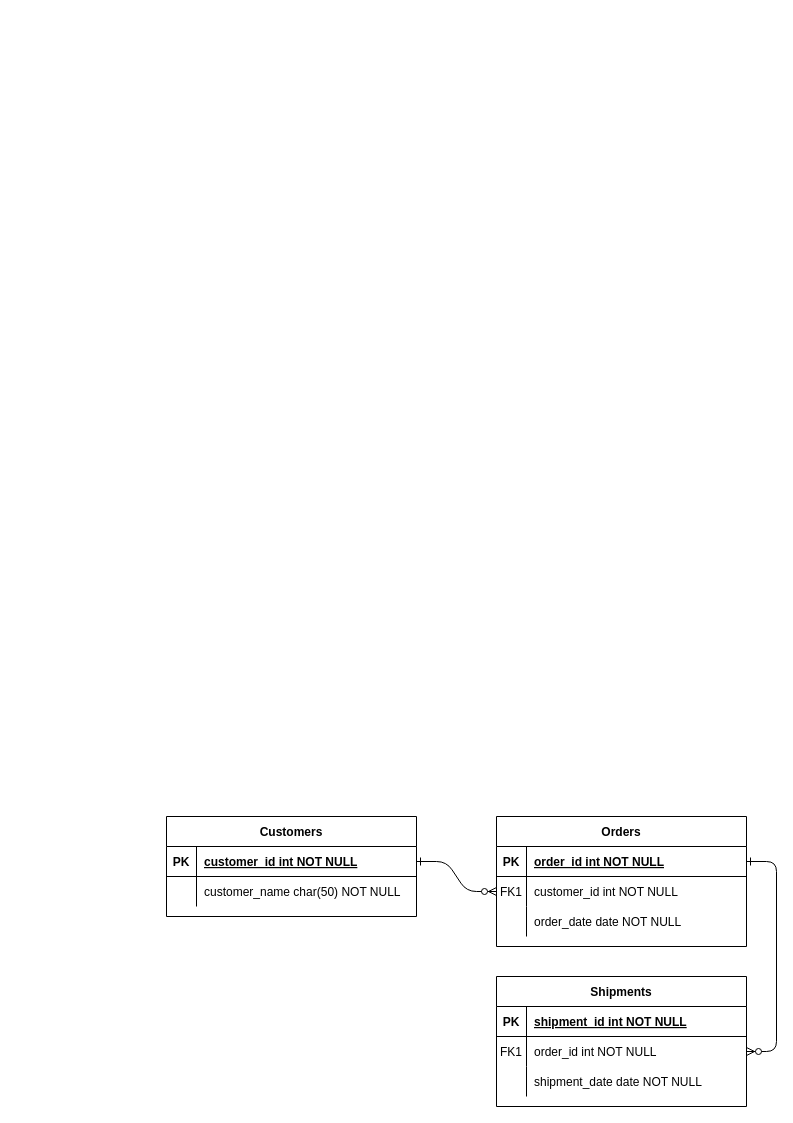
Above: Untitled Diagram.drawio in Royet07/Ajax-CRUD-Snippet (draw.io), before the change. Source tidied: cells renumbered, new cells numbered last; positions are measured from the earlier drawing's top-left corner, leaving out a move shared by most shapes. Both pictures are drawn from the tidied source at 100%, with x=0, y=0 at pixel (166, 816).
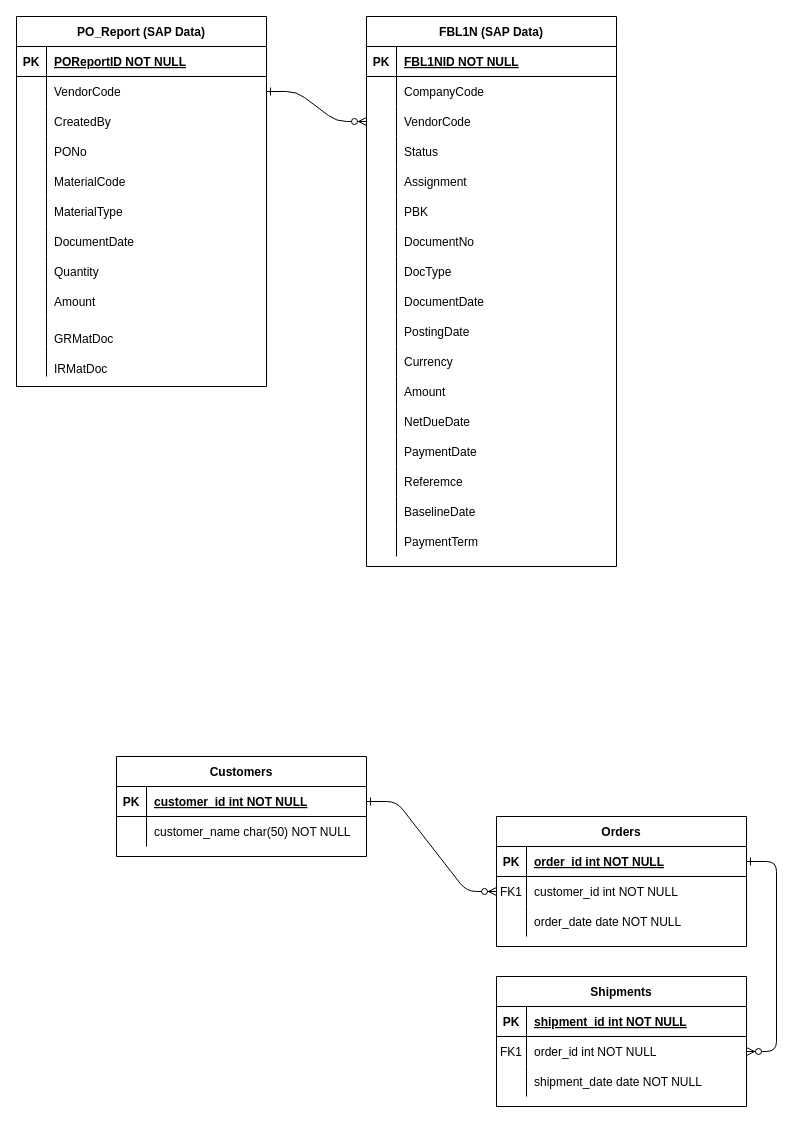
The same diagram, later.

What changed in the source:
```diff
@@
     <mxCell id="24" value="Customers" style="shape=table;startSize=30;childLayout=tableLayout;rowLines=0;fontStyle=1;align=center;" parent="1" vertex="1">
-      <mxGeometry width="250" height="100" as="geometry" />
+      <mxGeometry x="-50" y="-60" width="250" height="100" as="geometry" />
     </mxCell>
@@
+    <mxCell id="31" value="PO_Report (SAP Data)" style="shape=table;startSize=30;childLayout=tableLayout;rowLines=0;fontStyle=1;align=center;" parent="1" vertex="1">
+      <mxGeometry x="-150" y="-800" width="250" height="370" as="geometry" />
+    </mxCell>
+    <mxCell id="32" style="shape=partialRectangle;fillColor=none;top=0;left=0;right=0;bottom=1;" parent="31" vertex="1">
+      <mxGeometry y="30" width="250" height="30" as="geometry" />
+    </mxCell>
+    <mxCell id="33" value="PK" style="shape=partialRectangle;overflow=hidden;fillColor=none;top=0;left=0;bottom=0;right=0;fontStyle=1;" parent="32" vertex="1">
+      <mxGeometry width="30" height="30" as="geometry" />
+    </mxCell>
+    <mxCell id="34" value="POReportID NOT NULL" style="shape=partialRectangle;overflow=hidden;fillColor=none;top=0;left=0;bottom=0;right=0;align=left;spacingLeft=6;fontStyle=5;" parent="32" vertex="1">
+      <mxGeometry x="30" width="220" height="30" as="geometry" />
+    </mxCell>
+    <mxCell id="35" style="shape=partialRectangle;fillColor=none;points=[[0,0.5],[1,0.5]];portConstraint=eastwest;top=0;left=0;right=0;bottom=0;" parent="31" vertex="1">
+      <mxGeometry y="60" width="250" height="30" as="geometry" />
+    </mxCell>
+    <mxCell id="36" style="shape=partialRectangle;overflow=hidden;fillColor=none;top=0;left=0;bottom=0;right=0;" parent="35" vertex="1">
+      <mxGeometry width="30" height="30" as="geometry" />
+    </mxCell>
+    <mxCell id="37" value="VendorCode" style="shape=partialRectangle;overflow=hidden;fillColor=none;top=0;left=0;bottom=0;right=0;align=left;spacingLeft=6;" parent="35" vertex="1">
+      <mxGeometry x="30" width="220" height="30" as="geometry" />
+    </mxCell>
+    <mxCell id="38" style="shape=partialRectangle;fillColor=none;top=0;left=0;right=0;bottom=0;" parent="31" vertex="1">
+      <mxGeometry y="90" width="250" height="30" as="geometry" />
+    </mxCell>
+    <mxCell id="39" style="shape=partialRectangle;overflow=hidden;fillColor=none;top=0;left=0;bottom=0;right=0;" parent="38" vertex="1">
+      <mxGeometry width="30" height="30" as="geometry" />
+    </mxCell>
+    <mxCell id="40" value="CreatedBy" style="shape=partialRectangle;overflow=hidden;fillColor=none;top=0;left=0;bottom=0;right=0;align=left;spacingLeft=6;" parent="38" vertex="1">
+      <mxGeometry x="30" width="220" height="30" as="geometry" />
+    </mxCell>
+    <mxCell id="41" style="shape=partialRectangle;fillColor=none;top=0;left=0;right=0;bottom=0;" parent="31" vertex="1">
+      <mxGeometry y="120" width="250" height="30" as="geometry" />
+    </mxCell>
+    <mxCell id="42" style="shape=partialRectangle;overflow=hidden;fillColor=none;top=0;left=0;bottom=0;right=0;" parent="41" vertex="1">
+      <mxGeometry width="30" height="30" as="geometry" />
+    </mxCell>
+    <mxCell id="43" value="PONo" style="shape=partialRectangle;overflow=hidden;fillColor=none;top=0;left=0;bottom=0;right=0;align=left;spacingLeft=6;" parent="41" vertex="1">
+      <mxGeometry x="30" width="220" height="30" as="geometry" />
+    </mxCell>
+    <mxCell id="44" style="shape=partialRectangle;fillColor=none;top=0;left=0;right=0;bottom=0;" parent="31" vertex="1">
+      <mxGeometry y="150" width="250" height="30" as="geometry" />
+    </mxCell>
+    <mxCell id="45" style="shape=partialRectangle;overflow=hidden;fillColor=none;top=0;left=0;bottom=0;right=0;" parent="44" vertex="1">
+      <mxGeometry width="30" height="30" as="geometry" />
+    </mxCell>
+    <mxCell id="46" value="MaterialCode" style="shape=partialRectangle;overflow=hidden;fillColor=none;top=0;left=0;bottom=0;right=0;align=left;spacingLeft=6;" parent="44" vertex="1">
+      <mxGeometry x="30" width="220" height="30" as="geometry" />
+    </mxCell>
+    <mxCell id="47" style="shape=partialRectangle;fillColor=none;top=0;left=0;right=0;bottom=0;" parent="31" vertex="1">
+      <mxGeometry y="180" width="250" height="30" as="geometry" />
+    </mxCell>
+    <mxCell id="48" style="shape=partialRectangle;overflow=hidden;fillColor=none;top=0;left=0;bottom=0;right=0;" parent="47" vertex="1">
+      <mxGeometry width="30" height="30" as="geometry" />
+    </mxCell>
+    <mxCell id="49" value="MaterialType" style="shape=partialRectangle;overflow=hidden;fillColor=none;top=0;left=0;bottom=0;right=0;align=left;spacingLeft=6;" parent="47" vertex="1">
+      <mxGeometry x="30" width="220" height="30" as="geometry" />
+    </mxCell>
+    <mxCell id="50" style="shape=partialRectangle;fillColor=none;top=0;left=0;right=0;bottom=0;" parent="31" vertex="1">
+      <mxGeometry y="210" width="250" height="30" as="geometry" />
+    </mxCell>
+    <mxCell id="51" style="shape=partialRectangle;overflow=hidden;fillColor=none;top=0;left=0;bottom=0;right=0;" parent="50" vertex="1">
+      <mxGeometry width="30" height="30" as="geometry" />
+    </mxCell>
+    <mxCell id="52" value="DocumentDate" style="shape=partialRectangle;overflow=hidden;fillColor=none;top=0;left=0;bottom=0;right=0;align=left;spacingLeft=6;" parent="50" vertex="1">
+      <mxGeometry x="30" width="220" height="30" as="geometry" />
+    </mxCell>
+    <mxCell id="53" style="shape=partialRectangle;fillColor=none;top=0;left=0;right=0;bottom=0;" parent="31" vertex="1">
+      <mxGeometry y="240" width="250" height="30" as="geometry" />
+    </mxCell>
+    <mxCell id="54" style="shape=partialRectangle;overflow=hidden;fillColor=none;top=0;left=0;bottom=0;right=0;" parent="53" vertex="1">
+      <mxGeometry width="30" height="30" as="geometry" />
+    </mxCell>
+    <mxCell id="55" value="Quantity" style="shape=partialRectangle;overflow=hidden;fillColor=none;top=0;left=0;bottom=0;right=0;align=left;spacingLeft=6;" parent="53" vertex="1">
+      <mxGeometry x="30" width="220" height="30" as="geometry" />
+    </mxCell>
+    <mxCell id="56" style="shape=partialRectangle;fillColor=none;top=0;left=0;right=0;bottom=0;" parent="31" vertex="1">
+      <mxGeometry y="270" width="250" height="30" as="geometry" />
+    </mxCell>
+    <mxCell id="57" style="shape=partialRectangle;overflow=hidden;fillColor=none;top=0;left=0;bottom=0;right=0;" parent="56" vertex="1">
+      <mxGeometry width="30" height="30" as="geometry" />
+    </mxCell>
+    <mxCell id="58" value="Amount" style="shape=partialRectangle;overflow=hidden;fillColor=none;top=0;left=0;bottom=0;right=0;align=left;spacingLeft=6;" parent="56" vertex="1">
+      <mxGeometry x="30" width="220" height="30" as="geometry" />
+    </mxCell>
+    <mxCell id="59" style="shape=partialRectangle;fillColor=none;top=0;left=0;right=0;bottom=0;" parent="31" vertex="1">
+      <mxGeometry y="300" width="250" height="30" as="geometry" />
+    </mxCell>
+    <mxCell id="60" style="shape=partialRectangle;overflow=hidden;fillColor=none;top=0;left=0;bottom=0;right=0;" parent="59" vertex="1">
+      <mxGeometry width="30" height="30" as="geometry" />
+    </mxCell>
+    <mxCell id="61" value="&#10;GRMatDoc &#10;" style="shape=partialRectangle;overflow=hidden;fillColor=none;top=0;left=0;bottom=0;right=0;align=left;spacingLeft=6;" parent="59" vertex="1">
+      <mxGeometry x="30" width="220" height="30" as="geometry" />
+    </mxCell>
+    <mxCell id="62" style="shape=partialRectangle;fillColor=none;top=0;left=0;right=0;bottom=0;" parent="31" vertex="1">
+      <mxGeometry y="330" width="250" height="30" as="geometry" />
+    </mxCell>
+    <mxCell id="63" style="shape=partialRectangle;overflow=hidden;fillColor=none;top=0;left=0;bottom=0;right=0;" parent="62" vertex="1">
+      <mxGeometry width="30" height="30" as="geometry" />
+    </mxCell>
+    <mxCell id="64" value="&#10;IRMatDoc" style="shape=partialRectangle;overflow=hidden;fillColor=none;top=0;left=0;bottom=0;right=0;align=left;spacingLeft=6;" parent="62" vertex="1">
+      <mxGeometry x="30" width="220" height="30" as="geometry" />
+    </mxCell>
+    <mxCell id="65" value="FBL1N (SAP Data)" style="shape=table;startSize=30;childLayout=tableLayout;rowLines=0;fontStyle=1;align=center;" parent="1" vertex="1">
+      <mxGeometry x="200" y="-800" width="250" height="550" as="geometry" />
+    </mxCell>
+    <mxCell id="66" style="shape=partialRectangle;fillColor=none;top=0;left=0;right=0;bottom=1;" parent="65" vertex="1">
+      <mxGeometry y="30" width="250" height="30" as="geometry" />
+    </mxCell>
+    <mxCell id="67" value="PK" style="shape=partialRectangle;overflow=hidden;fillColor=none;top=0;left=0;bottom=0;right=0;fontStyle=1;" parent="66" vertex="1">
+      <mxGeometry width="30" height="30" as="geometry" />
+    </mxCell>
+    <mxCell id="68" value="FBL1NID NOT NULL" style="shape=partialRectangle;overflow=hidden;fillColor=none;top=0;left=0;bottom=0;right=0;align=left;spacingLeft=6;fontStyle=5;" parent="66" vertex="1">
+      <mxGeometry x="30" width="220" height="30" as="geometry" />
+    </mxCell>
+    <mxCell id="69" style="shape=partialRectangle;fillColor=none;top=0;left=0;right=0;bottom=0;" parent="65" vertex="1">
+      <mxGeometry y="60" width="250" height="30" as="geometry" />
+    </mxCell>
+    <mxCell id="70" style="shape=partialRectangle;overflow=hidden;fillColor=none;top=0;left=0;bottom=0;right=0;" parent="69" vertex="1">
+      <mxGeometry width="30" height="30" as="geometry" />
+    </mxCell>
+    <mxCell id="71" value="CompanyCode" style="shape=partialRectangle;overflow=hidden;fillColor=none;top=0;left=0;bottom=0;right=0;align=left;spacingLeft=6;" parent="69" vertex="1">
+      <mxGeometry x="30" width="220" height="30" as="geometry" />
+    </mxCell>
+    <mxCell id="72" style="shape=partialRectangle;fillColor=none;points=[[0,0.5],[1,0.5]];portConstraint=eastwest;top=0;left=0;right=0;bottom=0;" parent="65" vertex="1">
+      <mxGeometry y="90" width="250" height="30" as="geometry" />
+    </mxCell>
+    <mxCell id="73" style="shape=partialRectangle;overflow=hidden;fillColor=none;top=0;left=0;bottom=0;right=0;" parent="72" vertex="1">
+      <mxGeometry width="30" height="30" as="geometry" />
+    </mxCell>
+    <mxCell id="74" value="VendorCode" style="shape=partialRectangle;overflow=hidden;fillColor=none;top=0;left=0;bottom=0;right=0;align=left;spacingLeft=6;" parent="72" vertex="1">
+      <mxGeometry x="30" width="220" height="30" as="geometry" />
+    </mxCell>
+    <mxCell id="75" style="shape=partialRectangle;fillColor=none;top=0;left=0;right=0;bottom=0;" parent="65" vertex="1">
+      <mxGeometry y="120" width="250" height="30" as="geometry" />
+    </mxCell>
+    <mxCell id="76" style="shape=partialRectangle;overflow=hidden;fillColor=none;top=0;left=0;bottom=0;right=0;" parent="75" vertex="1">
+      <mxGeometry width="30" height="30" as="geometry" />
+    </mxCell>
+    <mxCell id="77" value="Status" style="shape=partialRectangle;overflow=hidden;fillColor=none;top=0;left=0;bottom=0;right=0;align=left;spacingLeft=6;" parent="75" vertex="1">
+      <mxGeometry x="30" width="220" height="30" as="geometry" />
+    </mxCell>
+    <mxCell id="78" style="shape=partialRectangle;fillColor=none;top=0;left=0;right=0;bottom=0;" parent="65" vertex="1">
+      <mxGeometry y="150" width="250" height="30" as="geometry" />
+    </mxCell>
+    <mxCell id="79" style="shape=partialRectangle;overflow=hidden;fillColor=none;top=0;left=0;bottom=0;right=0;" parent="78" vertex="1">
+      <mxGeometry width="30" height="30" as="geometry" />
+    </mxCell>
+    <mxCell id="80" value="Assignment" style="shape=partialRectangle;overflow=hidden;fillColor=none;top=0;left=0;bottom=0;right=0;align=left;spacingLeft=6;" parent="78" vertex="1">
+      <mxGeometry x="30" width="220" height="30" as="geometry" />
+    </mxCell>
+    <mxCell id="81" style="shape=partialRectangle;fillColor=none;top=0;left=0;right=0;bottom=0;" parent="65" vertex="1">
+      <mxGeometry y="180" width="250" height="30" as="geometry" />
+    </mxCell>
+    <mxCell id="82" style="shape=partialRectangle;overflow=hidden;fillColor=none;top=0;left=0;bottom=0;right=0;" parent="81" vertex="1">
+      <mxGeometry width="30" height="30" as="geometry" />
+    </mxCell>
+    <mxCell id="83" value="PBK" style="shape=partialRectangle;overflow=hidden;fillColor=none;top=0;left=0;bottom=0;right=0;align=left;spacingLeft=6;" parent="81" vertex="1">
+      <mxGeometry x="30" width="220" height="30" as="geometry" />
+    </mxCell>
+    <mxCell id="84" style="shape=partialRectangle;fillColor=none;top=0;left=0;right=0;bottom=0;" parent="65" vertex="1">
+      <mxGeometry y="210" width="250" height="30" as="geometry" />
+    </mxCell>
+    <mxCell id="85" style="shape=partialRectangle;overflow=hidden;fillColor=none;top=0;left=0;bottom=0;right=0;" parent="84" vertex="1">
+      <mxGeometry width="30" height="30" as="geometry" />
+    </mxCell>
+    <mxCell id="86" value="DocumentNo" style="shape=partialRectangle;overflow=hidden;fillColor=none;top=0;left=0;bottom=0;right=0;align=left;spacingLeft=6;" parent="84" vertex="1">
+      <mxGeometry x="30" width="220" height="30" as="geometry" />
+    </mxCell>
+    <mxCell id="87" style="shape=partialRectangle;fillColor=none;top=0;left=0;right=0;bottom=0;" parent="65" vertex="1">
+      <mxGeometry y="240" width="250" height="30" as="geometry" />
+    </mxCell>
+    <mxCell id="88" style="shape=partialRectangle;overflow=hidden;fillColor=none;top=0;left=0;bottom=0;right=0;" parent="87" vertex="1">
+      <mxGeometry width="30" height="30" as="geometry" />
+    </mxCell>
+    <mxCell id="89" value="DocType" style="shape=partialRectangle;overflow=hidden;fillColor=none;top=0;left=0;bottom=0;right=0;align=left;spacingLeft=6;" parent="87" vertex="1">
+      <mxGeometry x="30" width="220" height="30" as="geometry" />
+    </mxCell>
+    <mxCell id="90" style="shape=partialRectangle;fillColor=none;top=0;left=0;right=0;bottom=0;" parent="65" vertex="1">
+      <mxGeometry y="270" width="250" height="30" as="geometry" />
+    </mxCell>
+    <mxCell id="91" style="shape=partialRectangle;overflow=hidden;fillColor=none;top=0;left=0;bottom=0;right=0;" parent="90" vertex="1">
+      <mxGeometry width="30" height="30" as="geometry" />
+    </mxCell>
+    <mxCell id="92" value="DocumentDate" style="shape=partialRectangle;overflow=hidden;fillColor=none;top=0;left=0;bottom=0;right=0;align=left;spacingLeft=6;" parent="90" vertex="1">
+      <mxGeometry x="30" width="220" height="30" as="geometry" />
+    </mxCell>
+    <mxCell id="93" style="shape=partialRectangle;fillColor=none;top=0;left=0;right=0;bottom=0;" parent="65" vertex="1">
+      <mxGeometry y="300" width="250" height="30" as="geometry" />
+    </mxCell>
+    <mxCell id="94" style="shape=partialRectangle;overflow=hidden;fillColor=none;top=0;left=0;bottom=0;right=0;" parent="93" vertex="1">
+      <mxGeometry width="30" height="30" as="geometry" />
+    </mxCell>
+    <mxCell id="95" value="PostingDate" style="shape=partialRectangle;overflow=hidden;fillColor=none;top=0;left=0;bottom=0;right=0;align=left;spacingLeft=6;" parent="93" vertex="1">
+      <mxGeometry x="30" width="220" height="30" as="geometry" />
+    </mxCell>
+    <mxCell id="96" style="shape=partialRectangle;fillColor=none;top=0;left=0;right=0;bottom=0;" parent="65" vertex="1">
+      <mxGeometry y="330" width="250" height="30" as="geometry" />
+    </mxCell>
+    <mxCell id="97" style="shape=partialRectangle;overflow=hidden;fillColor=none;top=0;left=0;bottom=0;right=0;" parent="96" vertex="1">
+      <mxGeometry width="30" height="30" as="geometry" />
+    </mxCell>
+    <mxCell id="98" value="Currency" style="shape=partialRectangle;overflow=hidden;fillColor=none;top=0;left=0;bottom=0;right=0;align=left;spacingLeft=6;" parent="96" vertex="1">
+      <mxGeometry x="30" width="220" height="30" as="geometry" />
+    </mxCell>
+    <mxCell id="99" style="shape=partialRectangle;fillColor=none;top=0;left=0;right=0;bottom=0;" parent="65" vertex="1">
+      <mxGeometry y="360" width="250" height="30" as="geometry" />
+    </mxCell>
+    <mxCell id="100" style="shape=partialRectangle;overflow=hidden;fillColor=none;top=0;left=0;bottom=0;right=0;" parent="99" vertex="1">
+      <mxGeometry width="30" height="30" as="geometry" />
+    </mxCell>
+    <mxCell id="101" value="Amount" style="shape=partialRectangle;overflow=hidden;fillColor=none;top=0;left=0;bottom=0;right=0;align=left;spacingLeft=6;" parent="99" vertex="1">
+      <mxGeometry x="30" width="220" height="30" as="geometry" />
+    </mxCell>
+    <mxCell id="102" style="shape=partialRectangle;fillColor=none;top=0;left=0;right=0;bottom=0;" parent="65" vertex="1">
+      <mxGeometry y="390" width="250" height="30" as="geometry" />
+    </mxCell>
+    <mxCell id="103" style="shape=partialRectangle;overflow=hidden;fillColor=none;top=0;left=0;bottom=0;right=0;" parent="102" vertex="1">
+      <mxGeometry width="30" height="30" as="geometry" />
+    </mxCell>
+    <mxCell id="104" value="NetDueDate" style="shape=partialRectangle;overflow=hidden;fillColor=none;top=0;left=0;bottom=0;right=0;align=left;spacingLeft=6;" parent="102" vertex="1">
+      <mxGeometry x="30" width="220" height="30" as="geometry" />
+    </mxCell>
+    <mxCell id="105" style="shape=partialRectangle;fillColor=none;top=0;left=0;right=0;bottom=0;" parent="65" vertex="1">
+      <mxGeometry y="420" width="250" height="30" as="geometry" />
+    </mxCell>
+    <mxCell id="106" style="shape=partialRectangle;overflow=hidden;fillColor=none;top=0;left=0;bottom=0;right=0;" parent="105" vertex="1">
+      <mxGeometry width="30" height="30" as="geometry" />
+    </mxCell>
+    <mxCell id="107" value="PaymentDate" style="shape=partialRectangle;overflow=hidden;fillColor=none;top=0;left=0;bottom=0;right=0;align=left;spacingLeft=6;" parent="105" vertex="1">
+      <mxGeometry x="30" width="220" height="30" as="geometry" />
+    </mxCell>
+    <mxCell id="108" style="shape=partialRectangle;fillColor=none;top=0;left=0;right=0;bottom=0;" parent="65" vertex="1">
+      <mxGeometry y="450" width="250" height="30" as="geometry" />
+    </mxCell>
+    <mxCell id="109" style="shape=partialRectangle;overflow=hidden;fillColor=none;top=0;left=0;bottom=0;right=0;" parent="108" vertex="1">
+      <mxGeometry width="30" height="30" as="geometry" />
+    </mxCell>
+    <mxCell id="110" value="Referemce" style="shape=partialRectangle;overflow=hidden;fillColor=none;top=0;left=0;bottom=0;right=0;align=left;spacingLeft=6;" parent="108" vertex="1">
+      <mxGeometry x="30" width="220" height="30" as="geometry" />
+    </mxCell>
+    <mxCell id="111" style="shape=partialRectangle;fillColor=none;top=0;left=0;right=0;bottom=0;" parent="65" vertex="1">
+      <mxGeometry y="480" width="250" height="30" as="geometry" />
+    </mxCell>
+    <mxCell id="112" style="shape=partialRectangle;overflow=hidden;fillColor=none;top=0;left=0;bottom=0;right=0;" parent="111" vertex="1">
+      <mxGeometry width="30" height="30" as="geometry" />
+    </mxCell>
+    <mxCell id="113" value="BaselineDate" style="shape=partialRectangle;overflow=hidden;fillColor=none;top=0;left=0;bottom=0;right=0;align=left;spacingLeft=6;" parent="111" vertex="1">
+      <mxGeometry x="30" width="220" height="30" as="geometry" />
+    </mxCell>
+    <mxCell id="114" style="shape=partialRectangle;fillColor=none;top=0;left=0;right=0;bottom=0;" parent="65" vertex="1">
+      <mxGeometry y="510" width="250" height="30" as="geometry" />
+    </mxCell>
+    <mxCell id="115" style="shape=partialRectangle;overflow=hidden;fillColor=none;top=0;left=0;bottom=0;right=0;" parent="114" vertex="1">
+      <mxGeometry width="30" height="30" as="geometry" />
+    </mxCell>
+    <mxCell id="116" value="PaymentTerm" style="shape=partialRectangle;overflow=hidden;fillColor=none;top=0;left=0;bottom=0;right=0;align=left;spacingLeft=6;" parent="114" vertex="1">
+      <mxGeometry x="30" width="220" height="30" as="geometry" />
+    </mxCell>
+    <mxCell id="117" style="edgeStyle=entityRelationEdgeStyle;endArrow=ERzeroToMany;startArrow=ERone;endFill=1;startFill=0;exitX=1;exitY=0.5;exitDx=0;exitDy=0;entryX=0;entryY=0.5;entryDx=0;entryDy=0;" parent="1" edge="1" source="35" target="72">
+      <mxGeometry relative="1" as="geometry" />
+    </mxCell>
```
